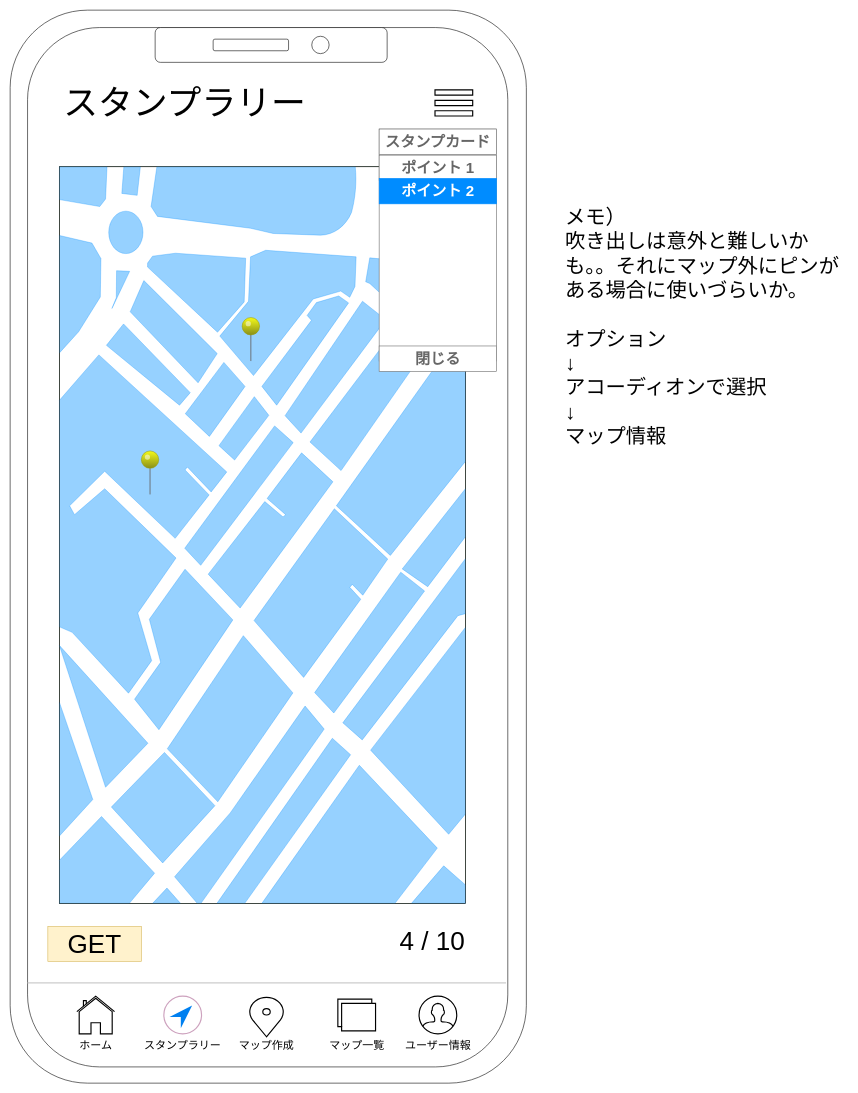
The draw.io diagram page "No.5.2 スタンプラリーポイント導線" (10 of 18) of StampRallyUI.drawio in SUGYKEN/-Stamp-Rally, before the edit. Source tidied: cells renumbered, new cells numbered last; positions are measured from the earlier drawing's top-left corner, leaving out a move shared by most shapes. Both pictures are drawn from the tidied source at 58%, with x=0, y=0 at pixel (10, 10).
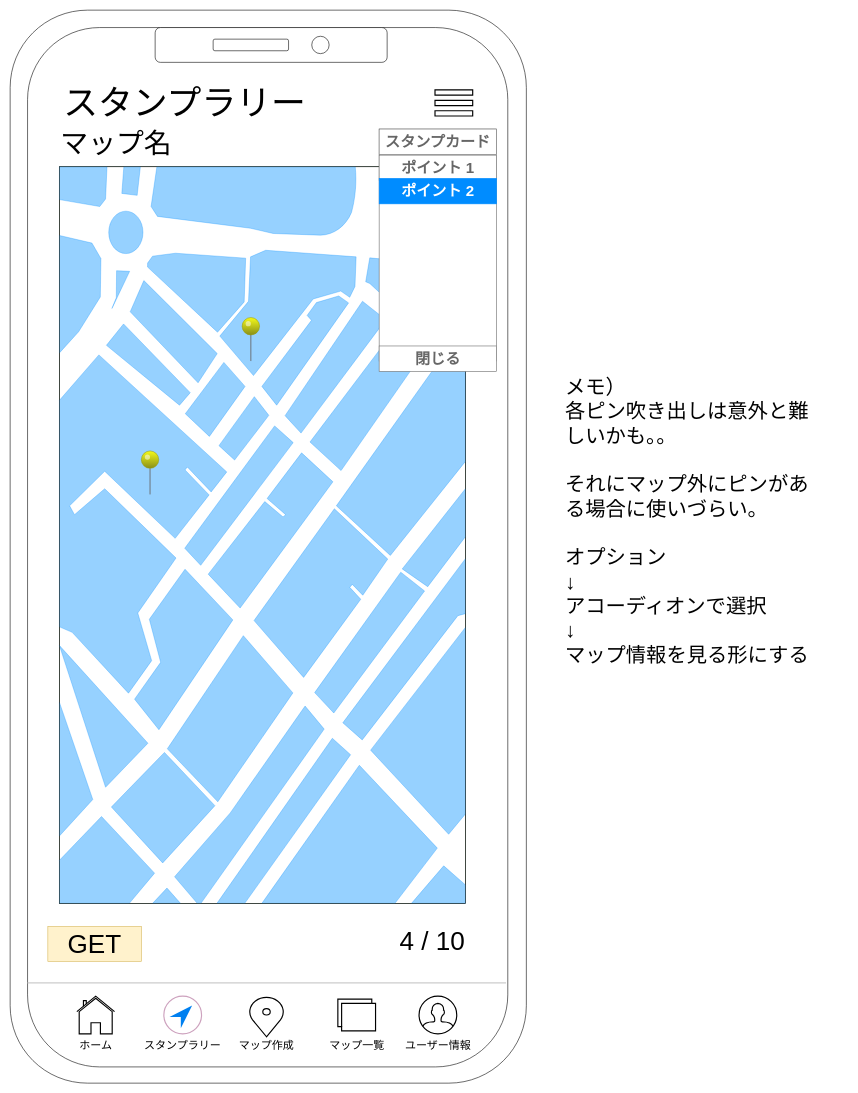
After the change.

What changed in the source:
```diff
@@
-    <mxCell id="25" value="メモ）&lt;br&gt;吹き出しは意外と難しいかも。。それにマップ外にピンがある場合に使いづらいか。&lt;br&gt;&lt;br&gt;オプション&lt;br&gt;↓&lt;br&gt;アコーディオンで選択&lt;br&gt;↓&lt;br&gt;マップ情報" style="text;html=1;strokeColor=none;fillColor=none;align=left;verticalAlign=middle;whiteSpace=wrap;rounded=0;fontSize=35;fontColor=#000000;" parent="1" vertex="1">
-      <mxGeometry x="955" y="430" width="490" height="230" as="geometry" />
+    <mxCell id="25" value="メモ）&lt;br&gt;各ピン吹き出しは意外と難しいかも。。&lt;br&gt;&lt;br&gt;それにマップ外にピンがある場合に使いづらい。&lt;br&gt;&lt;br&gt;オプション&lt;br&gt;↓&lt;br&gt;アコーディオンで選択&lt;br&gt;↓&lt;br&gt;マップ情報を見る形にする" style="text;html=1;strokeColor=none;fillColor=none;align=left;verticalAlign=middle;whiteSpace=wrap;rounded=0;fontSize=35;fontColor=#000000;" parent="1" vertex="1">
+      <mxGeometry x="955" y="430" width="450" height="900" as="geometry" />
     </mxCell>
@@
+    <mxCell id="31" value="&lt;font style=&quot;font-size: 48px&quot;&gt;マップ名&lt;/font&gt;" style="text;html=1;strokeColor=none;fillColor=none;align=left;verticalAlign=middle;whiteSpace=wrap;rounded=0;" parent="1" vertex="1">
+      <mxGeometry x="85" y="220" width="260" height="20" as="geometry" />
+    </mxCell>
```
